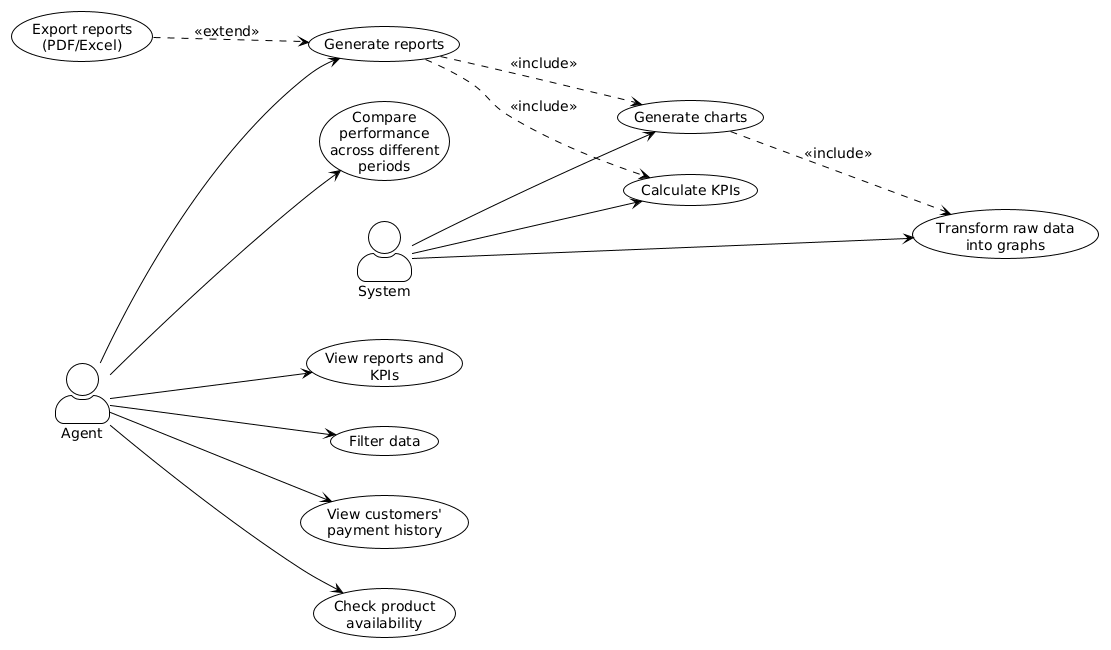
This is images/sprint2/usecase_sprint2.png from rayenbenzid1/PFE-Latex, a PlantUML export, as it was before one commit.
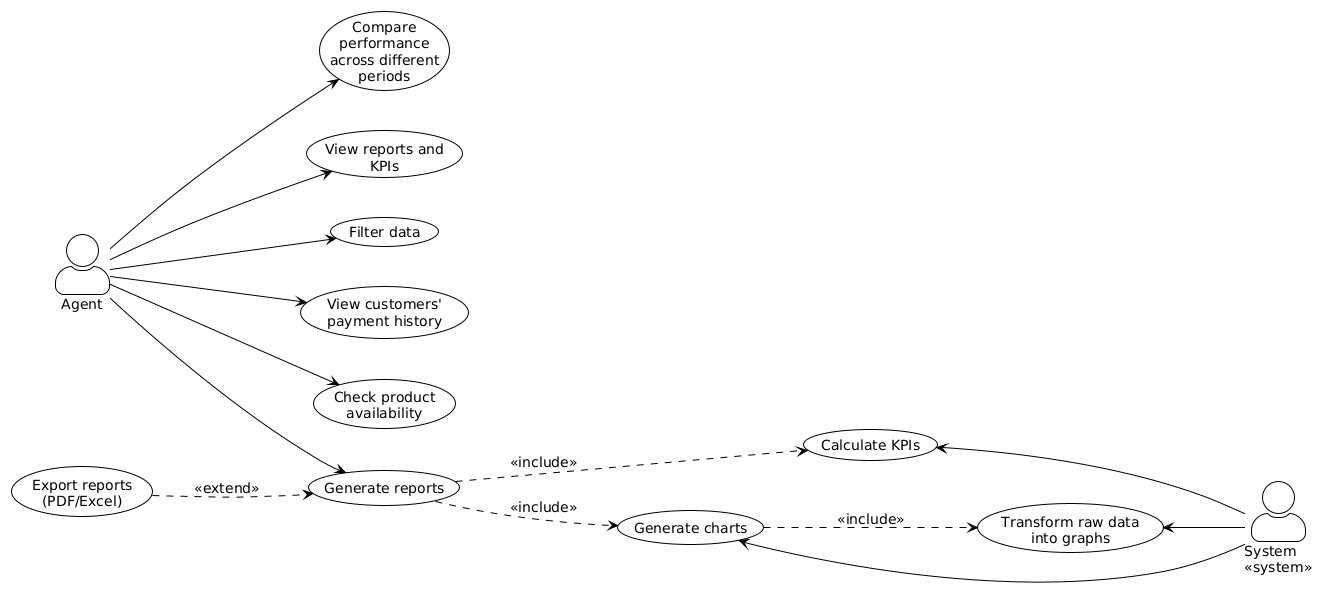
Above is the later version.

Change to the diagram source:
```diff
@@ -8,8 +8,7 @@
 skinparam ranksep 80
 
 actor "Agent" as Agent
-actor "System" as System
-
+actor "System\n<<system>>" as System
 
 usecase "View reports and KPIs" as UC_ViewReport
 usecase "Filter data" as UC_Filter
@@ -29,9 +28,9 @@
 Agent --> UC_GenerateReport
 Agent --> UC_ComparePeriods
 
-System --> UC_CalculateKPI
-System --> UC_GenerateCharts
-System --> UC_TransformGraphs
+UC_CalculateKPI  <-- System
+UC_GenerateCharts <-- System
+UC_TransformGraphs <-- System
 
 UC_GenerateReport ..> UC_CalculateKPI   : <<include>>
 UC_GenerateReport ..> UC_GenerateCharts : <<include>>
```
